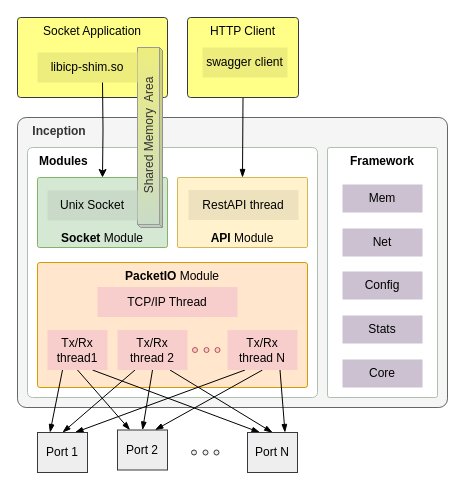
This is page "LD-PRELOAD2" (2 of 5) of doc/images/block_diagram.drawio from Spirent/openperf, a draw.io file, before an edit. Source tidied: cells renumbered, new cells numbered last; positions are measured from the earlier drawing's top-left corner, leaving out a move shared by most shapes. Both pictures are drawn from the tidied source at 100%, with x=0, y=0 at pixel (17, 17).
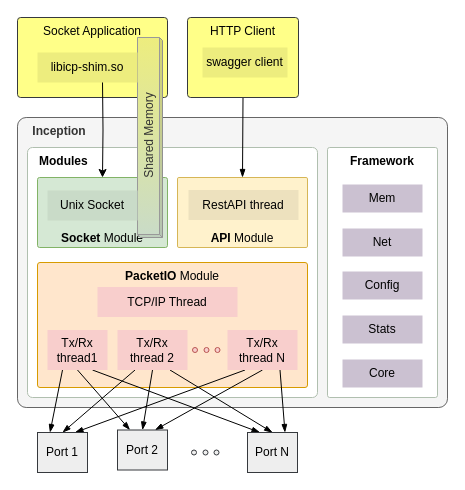
The same diagram, later.

What changed in the source:
```diff
@@
-    <mxCell id="41" value="Shared Memory&amp;nbsp; Area" style="shape=cube;whiteSpace=wrap;html=1;boundedLbl=1;backgroundOutline=1;darkOpacity=0.05;darkOpacity2=0.1;fontFamily=Avenir Next Condensed;fillColor=#C9DBC8;strokeColor=#999999;size=3;fontColor=#333333;horizontal=0;direction=west;gradientColor=#EDED7E;" parent="1" vertex="1">
-      <mxGeometry x="120" y="30" width="25" height="180" as="geometry" />
+    <mxCell id="41" value="Shared Memory" style="shape=cube;whiteSpace=wrap;html=1;boundedLbl=1;backgroundOutline=1;darkOpacity=0.05;darkOpacity2=0.1;fontFamily=Avenir Next Condensed;fillColor=#C9DBC8;strokeColor=#999999;size=3;fontColor=#333333;horizontal=0;direction=west;gradientColor=#EDED7E;" parent="1" vertex="1">
+      <mxGeometry x="120" y="20" width="25" height="200" as="geometry" />
     </mxCell>
```
